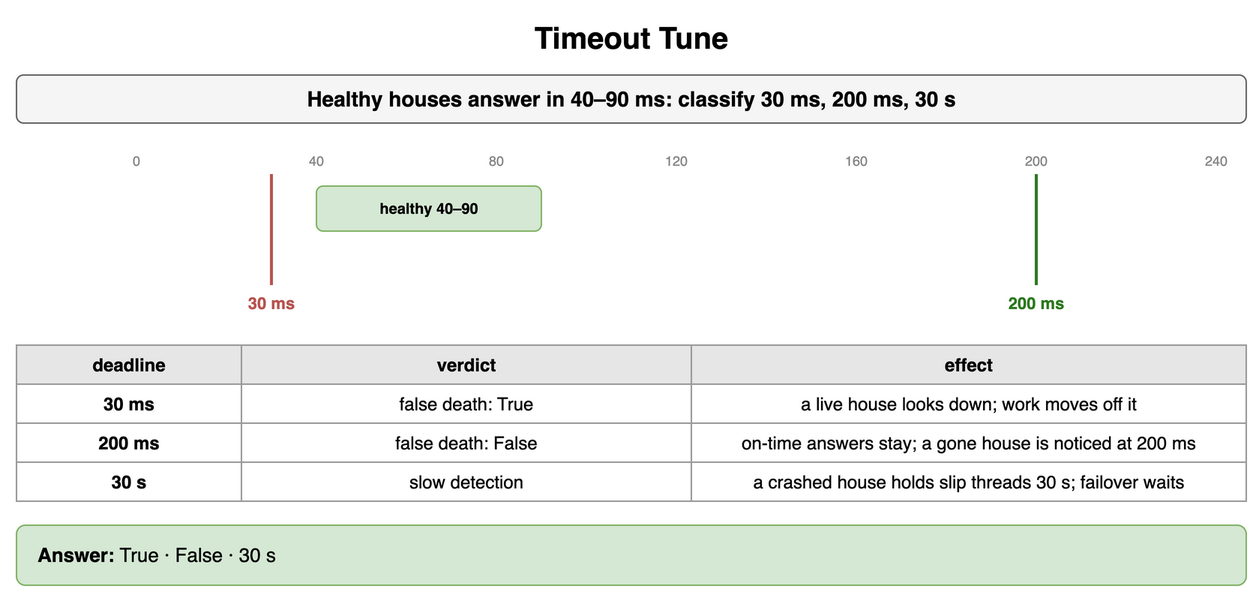
This is content/09_System_Design_Interview/15_Distributed_System_Failure_Modes/diagrams/failure-modes-drills-3-timeout-tune.png from amendez13/swe-study-guide, a draw.io export, as it was before one commit. Source tidied: cells renumbered, new cells last; positions are measured from the earlier drawing's top-left corner, leaving out a move shared by most shapes.
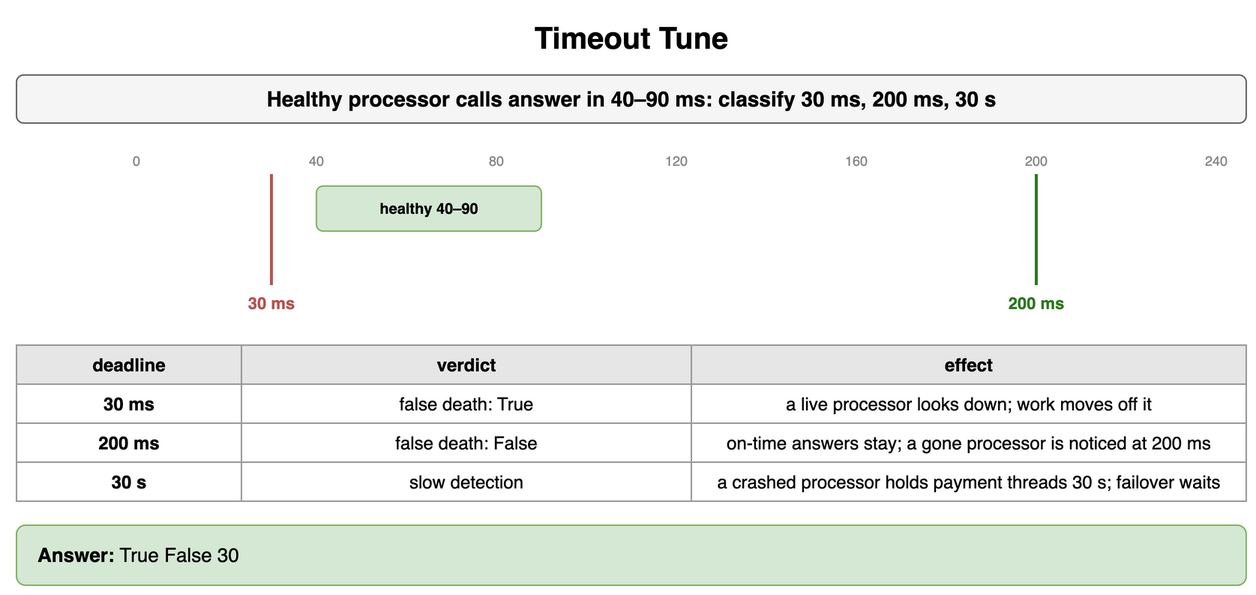
After the change.

The edit, as a diff of the source:
```diff
@@ -5,7 +5,7 @@
     <mxCell id="2" value="Timeout Tune" style="text;html=1;align=center;verticalAlign=middle;whiteSpace=wrap;fontSize=20;fontStyle=1;" parent="1" vertex="1">
       <mxGeometry width="820" height="30" as="geometry" />
     </mxCell>
-    <mxCell id="3" value="Healthy houses answer in 40–90 ms: classify 30 ms, 200 ms, 30 s" style="rounded=1;whiteSpace=wrap;html=1;fillColor=#f5f5f5;strokeColor=#666666;fontStyle=1;fontSize=14;" parent="1" vertex="1">
+    <mxCell id="3" value="Healthy processor calls answer in 40–90 ms: classify 30 ms, 200 ms, 30 s" style="rounded=1;whiteSpace=wrap;html=1;fillColor=#f5f5f5;strokeColor=#666666;fontStyle=1;fontSize=14;" parent="1" vertex="1">
       <mxGeometry y="40" width="820" height="32" as="geometry" />
     </mxCell>
     <mxCell id="4" value="0" style="text;html=1;whiteSpace=wrap;fontSize=11;align=center;verticalAlign=middle;fontSize=9;fontColor=#888;" parent="1" vertex="1">
@@ -65,7 +65,7 @@
     <mxCell id="20" value="false death: True" style="whiteSpace=wrap;html=1;strokeColor=#999999;fontSize=12;fillColor=#ffffff;" parent="1" vertex="1">
       <mxGeometry x="150" y="246" width="300" height="26" as="geometry" />
     </mxCell>
-    <mxCell id="21" value="a live house looks down; work moves off it" style="whiteSpace=wrap;html=1;strokeColor=#999999;fontSize=12;fillColor=#ffffff;" parent="1" vertex="1">
+    <mxCell id="21" value="a live processor looks down; work moves off it" style="whiteSpace=wrap;html=1;strokeColor=#999999;fontSize=12;fillColor=#ffffff;" parent="1" vertex="1">
       <mxGeometry x="450" y="246" width="370" height="26" as="geometry" />
     </mxCell>
     <mxCell id="22" value="200 ms" style="whiteSpace=wrap;html=1;strokeColor=#999999;fontSize=12;fillColor=#ffffff;fontStyle=1;" parent="1" vertex="1">
@@ -74,7 +74,7 @@
     <mxCell id="23" value="false death: False" style="whiteSpace=wrap;html=1;strokeColor=#999999;fontSize=12;fillColor=#ffffff;" parent="1" vertex="1">
       <mxGeometry x="150" y="272" width="300" height="26" as="geometry" />
     </mxCell>
-    <mxCell id="24" value="on-time answers stay; a gone house is noticed at 200 ms" style="whiteSpace=wrap;html=1;strokeColor=#999999;fontSize=12;fillColor=#ffffff;" parent="1" vertex="1">
+    <mxCell id="24" value="on-time answers stay; a gone processor is noticed at 200 ms" style="whiteSpace=wrap;html=1;strokeColor=#999999;fontSize=12;fillColor=#ffffff;" parent="1" vertex="1">
       <mxGeometry x="450" y="272" width="370" height="26" as="geometry" />
     </mxCell>
     <mxCell id="25" value="30 s" style="whiteSpace=wrap;html=1;strokeColor=#999999;fontSize=12;fillColor=#ffffff;fontStyle=1;" parent="1" vertex="1">
@@ -83,10 +83,10 @@
     <mxCell id="26" value="slow detection" style="whiteSpace=wrap;html=1;strokeColor=#999999;fontSize=12;fillColor=#ffffff;" parent="1" vertex="1">
       <mxGeometry x="150" y="298" width="300" height="26" as="geometry" />
     </mxCell>
-    <mxCell id="27" value="a crashed house holds slip threads 30 s; failover waits" style="whiteSpace=wrap;html=1;strokeColor=#999999;fontSize=12;fillColor=#ffffff;" parent="1" vertex="1">
+    <mxCell id="27" value="a crashed processor holds payment threads 30 s; failover waits" style="whiteSpace=wrap;html=1;strokeColor=#999999;fontSize=12;fillColor=#ffffff;" parent="1" vertex="1">
       <mxGeometry x="450" y="298" width="370" height="26" as="geometry" />
     </mxCell>
-    <mxCell id="28" value="&lt;b&gt;Answer:&lt;/b&gt; True · False · 30 s" style="rounded=1;whiteSpace=wrap;html=1;fillColor=#d5e8d4;strokeColor=#82b366;fontSize=13;align=left;spacingLeft=12;" parent="1" vertex="1">
+    <mxCell id="28" value="&lt;b&gt;Answer:&lt;/b&gt; True False 30" style="rounded=1;whiteSpace=wrap;html=1;fillColor=#d5e8d4;strokeColor=#82b366;fontSize=13;align=left;spacingLeft=12;" parent="1" vertex="1">
       <mxGeometry y="340" width="820" height="40" as="geometry" />
     </mxCell>
   </root>
```
